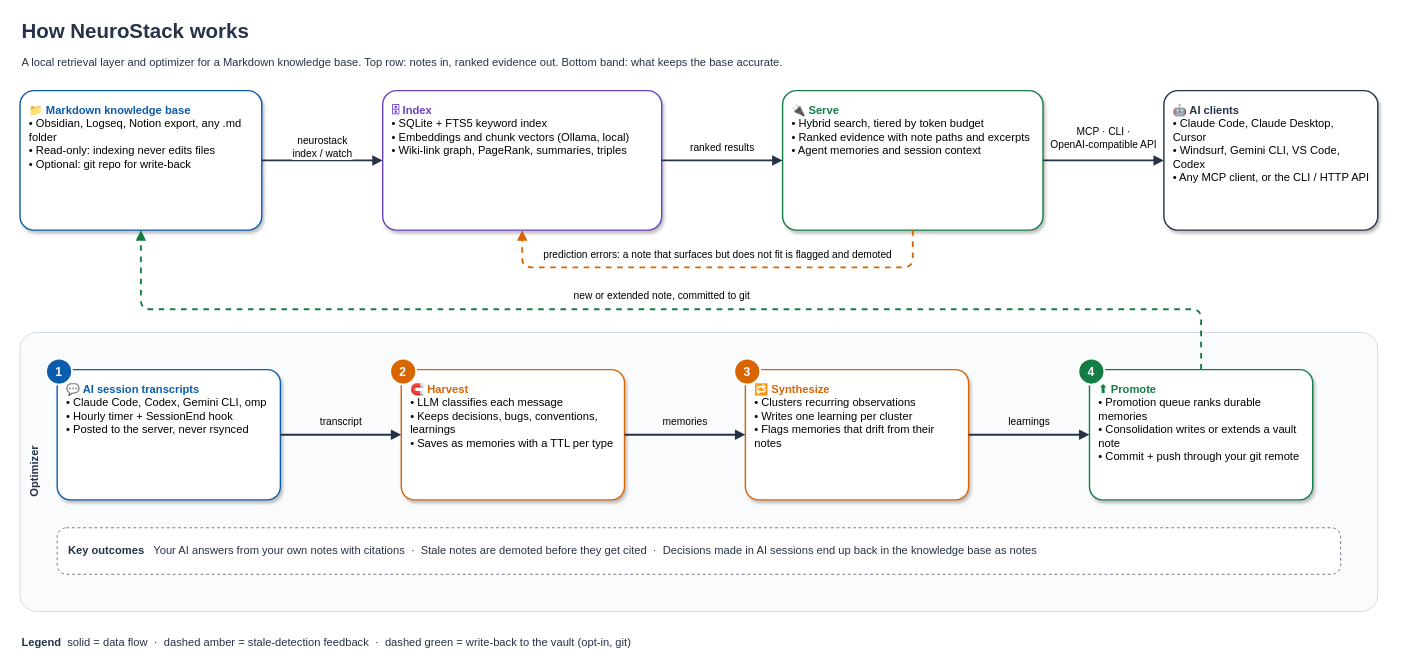
raphasouthall/neurostack keeps this draw.io diagram as docs/how-it-works-overview.drawio. Above is the earlier version. Source tidied: cells renumbered, new cells numbered last; positions are measured from the earlier drawing's top-left corner, leaving out a move shared by most shapes. Both pictures are drawn from the tidied source at 93%, with x=0, y=0 at pixel (20, 16).
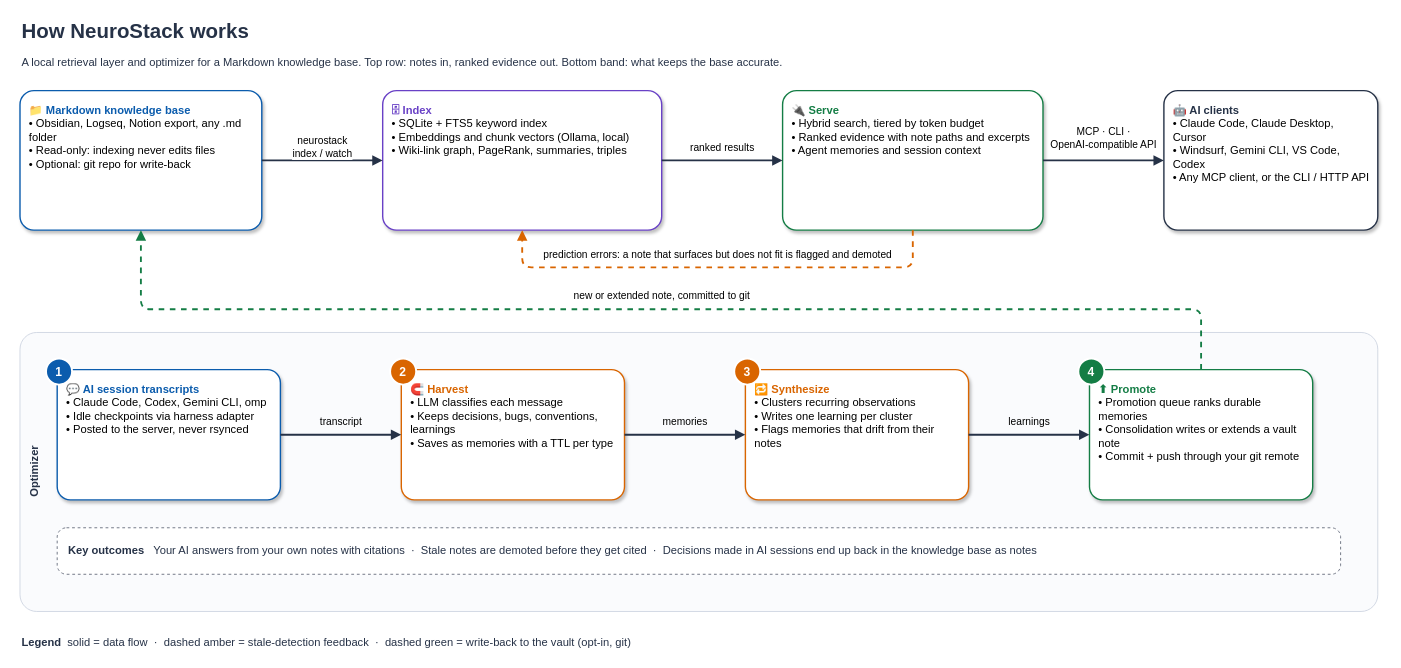
Above is the later version.

Change to the diagram source:
```diff
@@
-    <mxCell id="14" value="&lt;b&gt;&lt;font color=&quot;#0B5CAD&quot;&gt;💬 AI session transcripts&lt;/font&gt;&lt;/b&gt;&lt;br&gt;• Claude Code, Codex, Gemini CLI, omp&lt;br&gt;• Hourly timer + SessionEnd hook&lt;br&gt;• Posted to the server, never rsynced" style="rounded=1;arcSize=10;shadow=1;strokeWidth=1.5;fontSize=12;align=left;verticalAlign=top;spacing=10;whiteSpace=wrap;html=1;fontFamily=Helvetica;fillColor=#FFFFFF;strokeColor=#0B5CAD;" parent="1" vertex="1">
+    <mxCell id="14" value="&lt;b&gt;&lt;font color=&quot;#0B5CAD&quot;&gt;💬 AI session transcripts&lt;/font&gt;&lt;/b&gt;&lt;br&gt;• Claude Code, Codex, Gemini CLI, omp&lt;br&gt;• Idle checkpoints via harness adapter&lt;br&gt;• Posted to the server, never rsynced" style="rounded=1;arcSize=10;shadow=1;strokeWidth=1.5;fontSize=12;align=left;verticalAlign=top;spacing=10;whiteSpace=wrap;html=1;fontFamily=Helvetica;fillColor=#FFFFFF;strokeColor=#0B5CAD;" parent="1" vertex="1">
       <mxGeometry x="40" y="380" width="240" height="140" as="geometry" />
     </mxCell>
```
